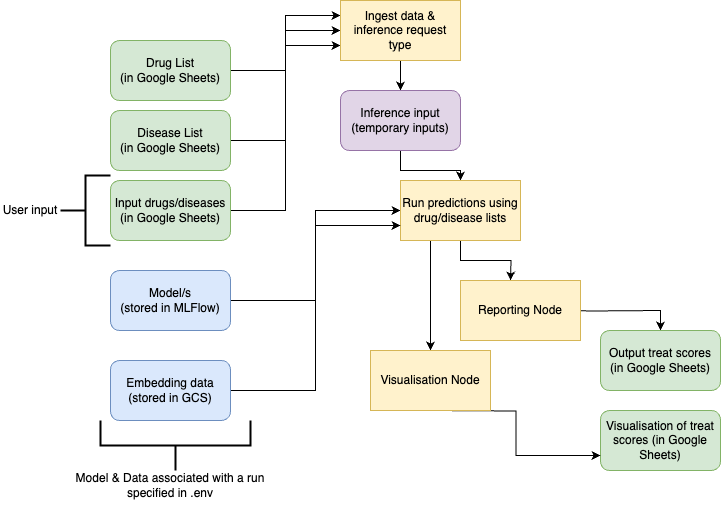
This is docs/src/assets/img/inference.drawio.png from everycure-org/matrix, a draw.io export, as it was before one commit. Source tidied: cells renumbered, new cells last; positions are measured from the earlier drawing's top-left corner, leaving out a move shared by most shapes.
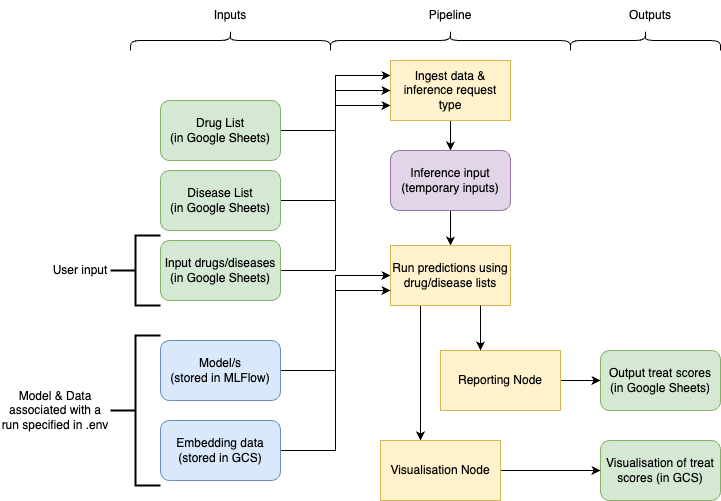
Above is the later version.

What changed in the source:
```diff
@@ -6,7 +6,7 @@
       <mxGeometry relative="1" as="geometry" />
     </mxCell>
     <mxCell id="3" value="Model/s&lt;div&gt;(stored in MLFlow)&lt;/div&gt;" style="rounded=1;whiteSpace=wrap;html=1;fillColor=#dae8fc;strokeColor=#6c8ebf;" parent="1" vertex="1">
-      <mxGeometry x="110" y="270" width="120" height="60" as="geometry" />
+      <mxGeometry x="110" y="280" width="120" height="60" as="geometry" />
     </mxCell>
     <mxCell id="4" style="edgeStyle=orthogonalEdgeStyle;rounded=0;jettySize=auto;html=1;exitX=1;exitY=0.5;exitDx=0;exitDy=0;entryX=0;entryY=0.75;entryDx=0;entryDy=0;" parent="1" edge="1" source="5" target="13">
       <mxGeometry relative="1" as="geometry" />
@@ -46,52 +46,62 @@
     <mxCell id="15" value="Inference input (temporary inputs)" style="rounded=1;whiteSpace=wrap;html=1;fillColor=#e1d5e7;strokeColor=#9673a6;" parent="1" vertex="1">
       <mxGeometry x="340" y="90" width="120" height="60" as="geometry" />
     </mxCell>
-    <mxCell id="16" style="edgeStyle=orthogonalEdgeStyle;rounded=0;jettySize=auto;html=1;exitX=0.5;exitY=1;exitDx=0;exitDy=0;entryX=0.5;entryY=0;entryDx=0;entryDy=0;" parent="1" edge="1" source="18">
-      <mxGeometry relative="1" as="geometry">
-        <mxPoint x="510" y="280" as="targetPoint" />
-      </mxGeometry>
-    </mxCell>
-    <mxCell id="17" style="edgeStyle=orthogonalEdgeStyle;rounded=0;jettySize=auto;html=1;exitX=0.25;exitY=1;exitDx=0;exitDy=0;entryX=0.5;entryY=0;entryDx=0;entryDy=0;" parent="1" edge="1" source="18">
-      <mxGeometry relative="1" as="geometry">
-        <mxPoint x="430" y="350" as="targetPoint" />
-      </mxGeometry>
+    <mxCell id="17" style="edgeStyle=orthogonalEdgeStyle;rounded=0;jettySize=auto;html=1;exitX=0.25;exitY=1;exitDx=0;exitDy=0;entryX=0.333;entryY=0;entryDx=0;entryDy=0;entryPerimeter=0;" parent="1" edge="1" source="18" target="26">
+      <mxGeometry relative="1" as="geometry" />
     </mxCell>
     <mxCell id="18" value="Run predictions using drug/disease lists" style="rounded=0;whiteSpace=wrap;html=1;fillColor=#fff2cc;strokeColor=#d6b656;" parent="1" vertex="1">
-      <mxGeometry x="400" y="180" width="120" height="60" as="geometry" />
+      <mxGeometry x="340" y="185" width="120" height="60" as="geometry" />
     </mxCell>
-    <mxCell id="19" style="edgeStyle=orthogonalEdgeStyle;rounded=0;jettySize=auto;html=1;exitX=1;exitY=0.5;exitDx=0;exitDy=0;" parent="1" edge="1" target="20">
-      <mxGeometry relative="1" as="geometry">
-        <mxPoint x="570" y="310" as="sourcePoint" />
-      </mxGeometry>
-    </mxCell>
     <mxCell id="20" value="Output treat scores (in Google Sheets)" style="rounded=1;whiteSpace=wrap;html=1;fillColor=#d5e8d4;strokeColor=#82b366;" parent="1" vertex="1">
-      <mxGeometry x="600" y="330" width="120" height="60" as="geometry" />
+      <mxGeometry x="550" y="290" width="120" height="60" as="geometry" />
     </mxCell>
-    <mxCell id="21" value="Visualisation of treat scores (in Google Sheets)" style="rounded=1;whiteSpace=wrap;html=1;fillColor=#d5e8d4;strokeColor=#82b366;" parent="1" vertex="1">
-      <mxGeometry x="600" y="410" width="120" height="60" as="geometry" />
+    <mxCell id="21" value="Visualisation of treat scores (in GCS)" style="rounded=1;whiteSpace=wrap;html=1;fillColor=#d5e8d4;strokeColor=#82b366;" parent="1" vertex="1">
+      <mxGeometry x="550" y="380" width="120" height="60" as="geometry" />
     </mxCell>
-    <mxCell id="22" style="edgeStyle=orthogonalEdgeStyle;rounded=0;jettySize=auto;html=1;exitX=0.5;exitY=1;exitDx=0;exitDy=0;entryX=0;entryY=0.75;entryDx=0;entryDy=0;" parent="1" edge="1" target="21">
-      <mxGeometry relative="1" as="geometry">
-        <mxPoint x="430" y="410" as="sourcePoint" />
-      </mxGeometry>
-    </mxCell>
     <mxCell id="23" style="edgeStyle=orthogonalEdgeStyle;rounded=0;jettySize=auto;html=1;exitX=1;exitY=0.5;exitDx=0;exitDy=0;entryX=0;entryY=0.75;entryDx=0;entryDy=0;" parent="1" edge="1" source="24" target="18">
       <mxGeometry relative="1" as="geometry" />
     </mxCell>
     <mxCell id="24" value="Embedding data (stored in GCS)" style="rounded=1;whiteSpace=wrap;html=1;fillColor=#dae8fc;strokeColor=#6c8ebf;" parent="1" vertex="1">
       <mxGeometry x="110" y="360" width="120" height="60" as="geometry" />
     </mxCell>
+    <mxCell id="29" style="edgeStyle=orthogonalEdgeStyle;rounded=0;jettySize=auto;html=1;exitX=1;exitY=0.5;exitDx=0;exitDy=0;" parent="1" edge="1" source="25" target="20">
+      <mxGeometry relative="1" as="geometry" />
+    </mxCell>
     <mxCell id="25" value="Reporting Node" style="rounded=0;whiteSpace=wrap;html=1;fillColor=#fff2cc;strokeColor=#d6b656;" parent="1" vertex="1">
-      <mxGeometry x="460" y="280" width="120" height="60" as="geometry" />
+      <mxGeometry x="390" y="290" width="120" height="60" as="geometry" />
     </mxCell>
+    <mxCell id="30" style="edgeStyle=orthogonalEdgeStyle;rounded=0;jettySize=auto;html=1;exitX=1;exitY=0.5;exitDx=0;exitDy=0;entryX=0;entryY=0.5;entryDx=0;entryDy=0;" parent="1" edge="1" source="26" target="21">
+      <mxGeometry relative="1" as="geometry" />
+    </mxCell>
     <mxCell id="26" value="Visualisation Node" style="rounded=0;whiteSpace=wrap;html=1;fillColor=#fff2cc;strokeColor=#d6b656;" parent="1" vertex="1">
-      <mxGeometry x="370" y="350" width="120" height="60" as="geometry" />
+      <mxGeometry x="330" y="380" width="120" height="60" as="geometry" />
     </mxCell>
     <mxCell id="27" value="Model &amp;amp; Data associated with a run specified in .env" style="text;html=1;align=center;verticalAlign=middle;whiteSpace=wrap;rounded=0;" parent="1" vertex="1">
-      <mxGeometry x="60" y="440" width="220" height="90" as="geometry" />
+      <mxGeometry x="-50" y="260" width="110" height="180" as="geometry" />
     </mxCell>
-    <mxCell id="28" style="strokeWidth=2;html=1;shape=mxgraph.flowchart.annotation_2;align=left;labelPosition=right;rotation=-90;" parent="1" vertex="1">
-      <mxGeometry x="150" y="370" width="50" height="150" as="geometry" />
+    <mxCell id="28" style="strokeWidth=2;html=1;shape=mxgraph.flowchart.annotation_2;align=left;labelPosition=right;rotation=0;" parent="1" vertex="1">
+      <mxGeometry x="60" y="275" width="50" height="150" as="geometry" />
     </mxCell>
+    <mxCell id="31" style="edgeStyle=orthogonalEdgeStyle;rounded=0;jettySize=auto;html=1;exitX=0.75;exitY=1;exitDx=0;exitDy=0;entryX=0.333;entryY=0;entryDx=0;entryDy=0;entryPerimeter=0;" parent="1" edge="1" source="18" target="25">
+      <mxGeometry relative="1" as="geometry" />
+    </mxCell>
+    <mxCell id="32" style="shape=curlyBracket;whiteSpace=wrap;html=1;rounded=1;flipH=1;labelPosition=right;verticalLabelPosition=middle;align=left;verticalAlign=middle;rotation=-90;" parent="1" vertex="1">
+      <mxGeometry x="390" y="-140" width="20" height="240" as="geometry" />
+    </mxCell>
+    <mxCell id="33" style="shape=curlyBracket;whiteSpace=wrap;html=1;rounded=1;flipH=1;labelPosition=right;verticalLabelPosition=middle;align=left;verticalAlign=middle;rotation=-90;" parent="1" vertex="1">
+      <mxGeometry x="585" y="-95" width="20" height="150" as="geometry" />
+    </mxCell>
+    <mxCell id="34" style="shape=curlyBracket;whiteSpace=wrap;html=1;rounded=1;flipH=1;labelPosition=right;verticalLabelPosition=middle;align=left;verticalAlign=middle;rotation=-90;" parent="1" vertex="1">
+      <mxGeometry x="170" y="-120" width="20" height="200" as="geometry" />
+    </mxCell>
+    <mxCell id="35" value="Inputs" style="text;html=1;align=center;verticalAlign=middle;whiteSpace=wrap;rounded=0;" parent="1" vertex="1">
+      <mxGeometry x="150" y="-60" width="60" height="30" as="geometry" />
+    </mxCell>
+    <mxCell id="36" value="Pipeline" style="text;html=1;align=center;verticalAlign=middle;whiteSpace=wrap;rounded=0;" parent="1" vertex="1">
+      <mxGeometry x="370" y="-60" width="60" height="30" as="geometry" />
+    </mxCell>
+    <mxCell id="37" value="Outputs" style="text;html=1;align=center;verticalAlign=middle;whiteSpace=wrap;rounded=0;" parent="1" vertex="1">
+      <mxGeometry x="570" y="-60" width="60" height="30" as="geometry" />
+    </mxCell>
   </root>
 </mxGraphModel>
```
